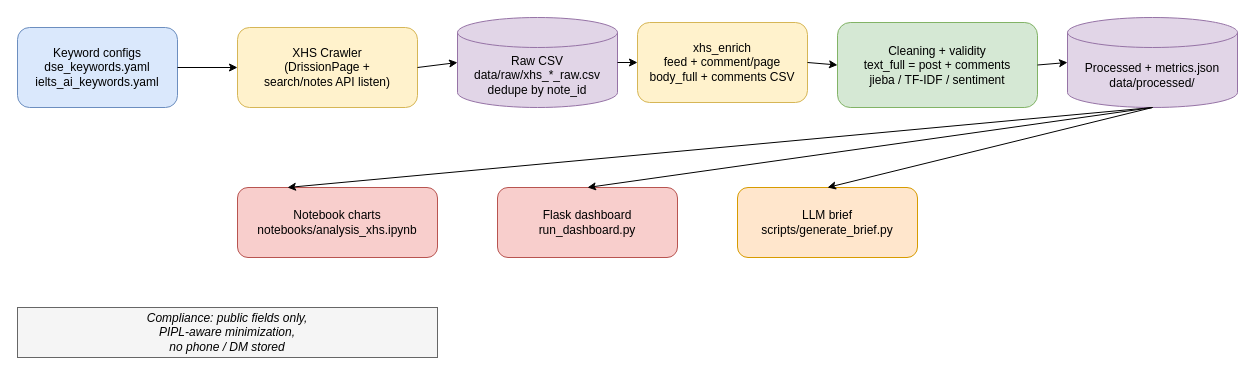
Earlier version of the draw.io diagram docs/architecture.drawio (xjtlu1549747165-tech/E-commrece-Platform-Review-Analysis-System). Source tidied: cells renumbered, new cells numbered last; positions are measured from the earlier drawing's top-left corner, leaving out a move shared by most shapes. Both pictures are drawn from the tidied source at 100%, with x=0, y=0 at pixel (17, 17).
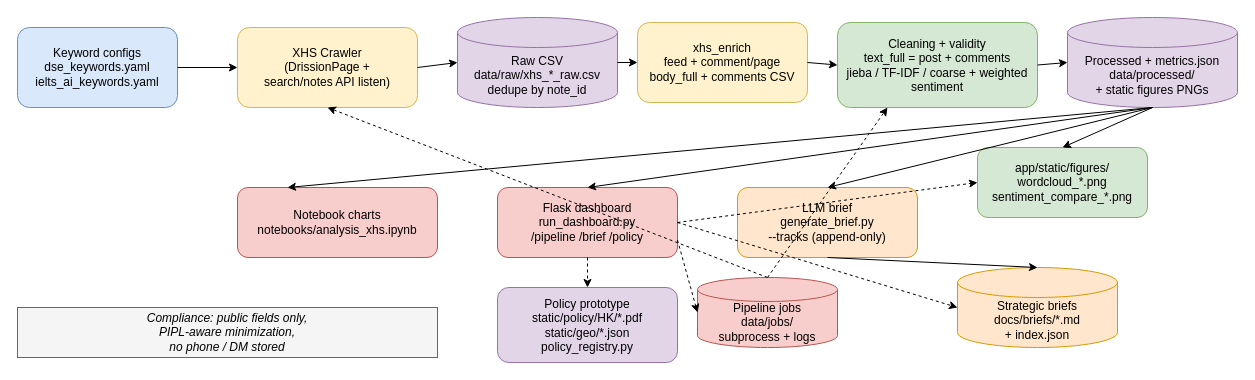
The same page after the edit.

Unchanged cells that the change refers to:
```xml
<mxCell id="3" value="XHS Crawler&#10;(DrissionPage +&#10;search/notes API listen)" style="rounded=1;whiteSpace=wrap;html=1;fillColor=#fff2cc;strokeColor=#d6b656;" parent="1" vertex="1">
  <mxGeometry x="220" y="10" width="180" height="80" as="geometry" />
</mxCell>
```

The edit, as a diff of the source:
```diff
@@
-    <mxCell id="6" value="Cleaning + validity&#10;text_full = post + comments&#10;jieba / TF-IDF / sentiment" style="rounded=1;whiteSpace=wrap;html=1;fillColor=#d5e8d4;strokeColor=#82b366;" parent="1" vertex="1">
+    <mxCell id="6" value="Cleaning + validity&#10;text_full = post + comments&#10;jieba / TF-IDF / coarse + weighted sentiment" style="rounded=1;whiteSpace=wrap;html=1;fillColor=#d5e8d4;strokeColor=#82b366;" parent="1" vertex="1">
       <mxGeometry x="820" y="5" width="200" height="85" as="geometry" />
     </mxCell>
-    <mxCell id="7" value="Processed + metrics.json&#10;data/processed/" style="shape=cylinder3;whiteSpace=wrap;html=1;boundedLbl=1;backgroundOutline=1;size=15;fillColor=#e1d5e7;strokeColor=#9673a6;" parent="1" vertex="1">
+    <mxCell id="7" value="Processed + metrics.json&#10;data/processed/&#10;+ static figures PNGs" style="shape=cylinder3;whiteSpace=wrap;html=1;boundedLbl=1;backgroundOutline=1;size=15;fillColor=#e1d5e7;strokeColor=#9673a6;" parent="1" vertex="1">
       <mxGeometry x="1050" width="170" height="90" as="geometry" />
     </mxCell>
+    <mxCell id="20" value="app/static/figures/&#10;wordcloud_*.png&#10;sentiment_compare_*.png" style="rounded=1;whiteSpace=wrap;html=1;fillColor=#d5e8d4;strokeColor=#82b366;" parent="1" vertex="1">
+      <mxGeometry x="960" y="130" width="170" height="70" as="geometry" />
+    </mxCell>
+    <mxCell id="21" value="Strategic briefs&#10;docs/briefs/*.md&#10;+ index.json" style="shape=cylinder3;whiteSpace=wrap;html=1;boundedLbl=1;backgroundOutline=1;size=15;fillColor=#ffe6cc;strokeColor=#d79b00;" parent="1" vertex="1">
+      <mxGeometry x="940" y="250" width="160" height="80" as="geometry" />
+    </mxCell>
@@
-    <mxCell id="9" value="Flask dashboard&#10;run_dashboard.py" style="rounded=1;whiteSpace=wrap;html=1;fillColor=#f8cecc;strokeColor=#b85450;" parent="1" vertex="1">
+    <mxCell id="9" value="Flask dashboard&#10;run_dashboard.py&#10;/pipeline /brief /policy" style="rounded=1;whiteSpace=wrap;html=1;fillColor=#f8cecc;strokeColor=#b85450;" parent="1" vertex="1">
       <mxGeometry x="480" y="170" width="180" height="70" as="geometry" />
     </mxCell>
+    <mxCell id="22" value="Pipeline jobs&#10;data/jobs/&#10;subprocess + logs" style="shape=cylinder3;whiteSpace=wrap;html=1;boundedLbl=1;backgroundOutline=1;size=12;fillColor=#f8cecc;strokeColor=#b85450;" parent="1" vertex="1">
+      <mxGeometry x="680" y="260" width="140" height="70" as="geometry" />
+    </mxCell>
+    <mxCell id="23" value="Policy prototype&#10;static/policy/HK/*.pdf&#10;static/geo/*.json&#10;policy_registry.py" style="rounded=1;whiteSpace=wrap;html=1;fillColor=#e1d5e7;strokeColor=#9673a6;" parent="1" vertex="1">
+      <mxGeometry x="480" y="270" width="180" height="75" as="geometry" />
+    </mxCell>
-    <mxCell id="10" value="LLM brief&#10;scripts/generate_brief.py" style="rounded=1;whiteSpace=wrap;html=1;fillColor=#ffe6cc;strokeColor=#d79b00;" parent="1" vertex="1">
+    <mxCell id="10" value="LLM brief&#10;generate_brief.py&#10;--tracks (append-only)" style="rounded=1;whiteSpace=wrap;html=1;fillColor=#ffe6cc;strokeColor=#d79b00;" parent="1" vertex="1">
       <mxGeometry x="720" y="170" width="180" height="70" as="geometry" />
     </mxCell>
@@
+    <mxCell id="24" style="endArrow=classic;html=1;exitX=0.5;exitY=1;entryX=0.5;entryY=0;" parent="1" edge="1" source="7" target="20">
+      <mxGeometry relative="1" as="geometry" />
+    </mxCell>
+    <mxCell id="25" style="endArrow=classic;html=1;exitX=0.5;exitY=1;entryX=0.5;entryY=0;" parent="1" edge="1" source="10" target="21">
+      <mxGeometry relative="1" as="geometry" />
+    </mxCell>
+    <mxCell id="26" style="endArrow=classic;html=1;exitX=1;exitY=0.5;entryX=0;entryY=0.5;dashed=1;" parent="1" edge="1" source="9" target="21">
+      <mxGeometry relative="1" as="geometry" />
+    </mxCell>
+    <mxCell id="27" style="endArrow=classic;html=1;exitX=1;exitY=0.5;entryX=0;entryY=0.5;dashed=1;" parent="1" edge="1" source="9" target="20">
+      <mxGeometry relative="1" as="geometry" />
+    </mxCell>
+    <mxCell id="28" style="endArrow=classic;html=1;exitX=0.5;exitY=1;entryX=0.5;entryY=0;dashed=1;" parent="1" edge="1" source="9" target="23">
+      <mxGeometry relative="1" as="geometry" />
+    </mxCell>
+    <mxCell id="29" style="endArrow=classic;html=1;exitX=1;exitY=0.75;entryX=0;entryY=0.5;dashed=1;" parent="1" edge="1" source="9" target="22">
+      <mxGeometry relative="1" as="geometry" />
+    </mxCell>
+    <mxCell id="30" style="endArrow=classic;html=1;exitX=0.5;exitY=0;entryX=0.5;entryY=1;dashed=1;" parent="1" edge="1" source="22" target="3">
+      <mxGeometry relative="1" as="geometry" />
+    </mxCell>
+    <mxCell id="31" style="endArrow=classic;html=1;exitX=0.5;exitY=0;entryX=0.25;entryY=1;dashed=1;" parent="1" edge="1" source="22" target="6">
+      <mxGeometry relative="1" as="geometry" />
+    </mxCell>
```
